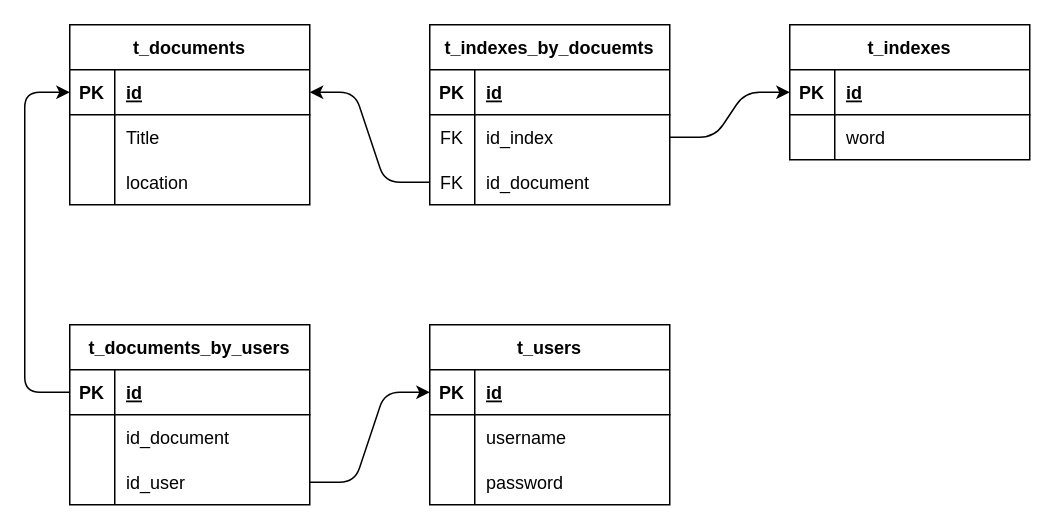
Above: db/db.drawio in Akisama213/Req-proyecto (draw.io), before the change. Source tidied: cells renumbered, new cells numbered last; positions are measured from the earlier drawing's top-left corner, leaving out a move shared by most shapes. Both pictures are drawn from the tidied source at 150%, with x=0, y=0 at pixel (24, 24).
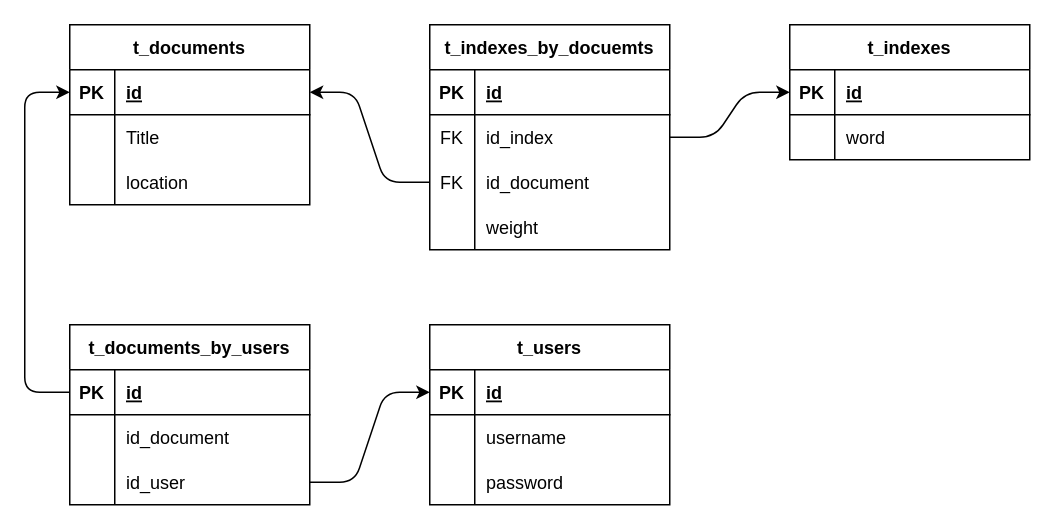
The same page after the edit.

Diff of the diagram source:
```diff
@@
     <mxCell id="19" value="t_indexes_by_docuemts" style="shape=table;startSize=30;childLayout=tableLayout;rowLines=0;fontStyle=1;align=center;" parent="1" vertex="1">
-      <mxGeometry x="270" width="160" height="120" as="geometry" />
+      <mxGeometry x="270" width="160" height="150" as="geometry" />
     </mxCell>
@@
+    <mxCell id="53" style="shape=tableRow;horizontal=0;startSize=0;swimlaneHead=0;swimlaneBody=0;fillColor=none;top=0;left=0;right=0;bottom=0;" parent="19" vertex="1">
+      <mxGeometry y="120" width="160" height="30" as="geometry" />
+    </mxCell>
+    <mxCell id="54" style="shape=partialRectangle;fillColor=none;top=0;left=0;bottom=0;right=0;overflow=hidden;" parent="53" vertex="1">
+      <mxGeometry width="30" height="30" as="geometry" />
+    </mxCell>
+    <mxCell id="55" value="weight" style="shape=partialRectangle;fillColor=none;top=0;left=0;bottom=0;right=0;align=left;spacingLeft=6;overflow=hidden;" parent="53" vertex="1">
+      <mxGeometry x="30" width="130" height="30" as="geometry" />
+    </mxCell>
```
